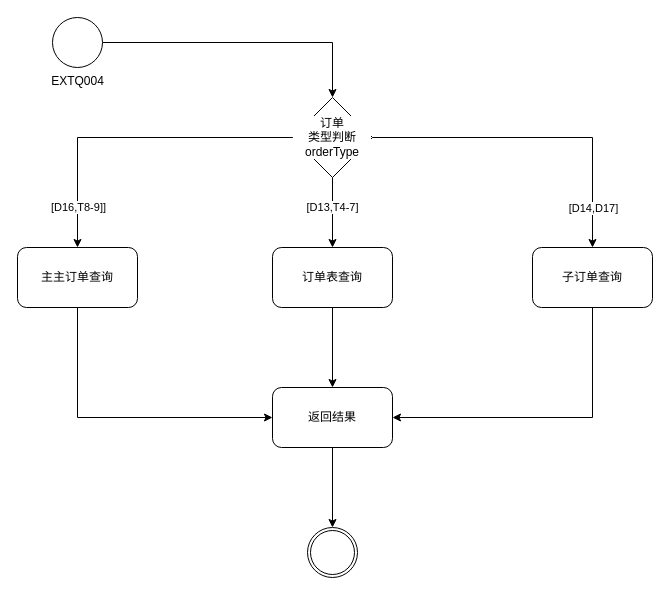
Before: Untitled 订单超时查询（EXTQ004）.drawio in moshan123/draw, a draw.io diagram. Source tidied: cells renumbered, new cells numbered last; positions are measured from the earlier drawing's top-left corner, leaving out a move shared by most shapes. Both pictures are drawn from the tidied source at 100%, with x=0, y=0 at pixel (17, 17).
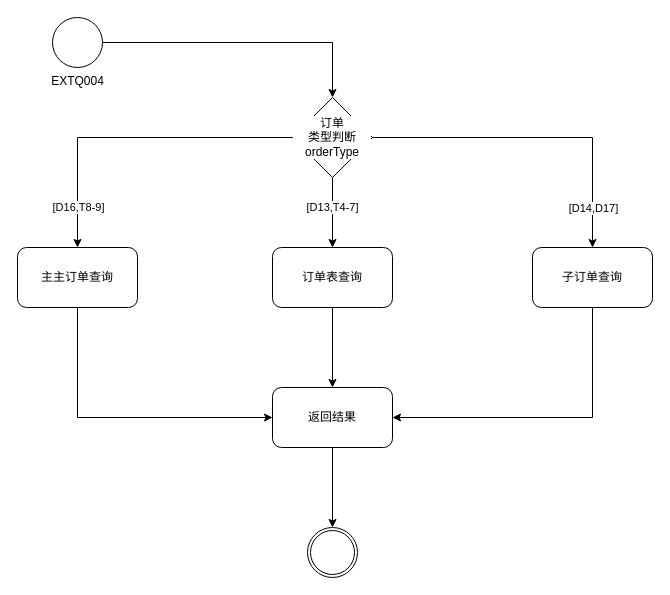
Above is the later version.

Commit message (it also covers changes not shown here):
Update Untitled 订单超时查询（EXTQ004）.drawio

The change refers to these unchanged cells:
```xml
<mxCell id="5" style="edgeStyle=orthogonalEdgeStyle;rounded=0;jettySize=auto;html=1;" parent="1" edge="1" source="10" target="12">
  <mxGeometry relative="1" as="geometry" />
</mxCell>
```

The edit, as a diff of the source:
```diff
@@
-    <mxCell id="6" value="[D16,T8-9]]" style="edgeLabel;html=1;align=center;verticalAlign=middle;" parent="5" vertex="1">
+    <mxCell id="6" value="[D16,T8-9]" style="edgeLabel;html=1;align=center;verticalAlign=middle;" parent="5" vertex="1">
       <mxGeometry x="0.57" y="-4" relative="1" as="geometry">
         <mxPoint x="4" y="29" as="offset" />
       </mxGeometry>
     </mxCell>
```
